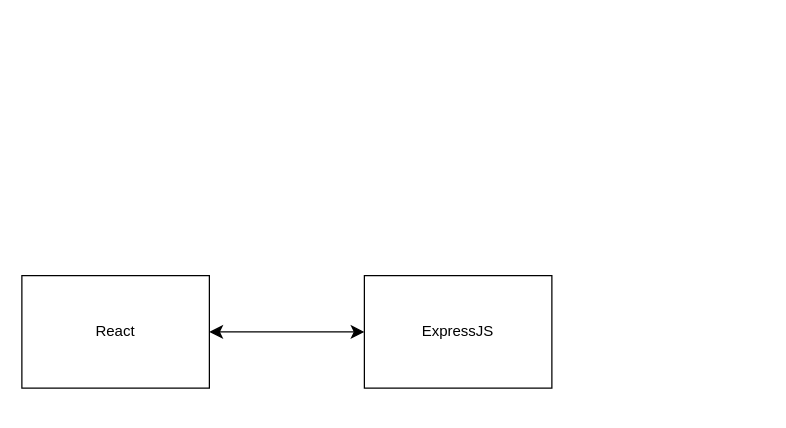
Above: Application-architecture.drawio in andrewchng/chat-app-e2e (draw.io), before the change. Source tidied: cells renumbered, new cells numbered last; positions are measured from the earlier drawing's top-left corner, leaving out a move shared by most shapes. Both pictures are drawn from the tidied source at 125%, with x=0, y=0 at pixel (21, 275).
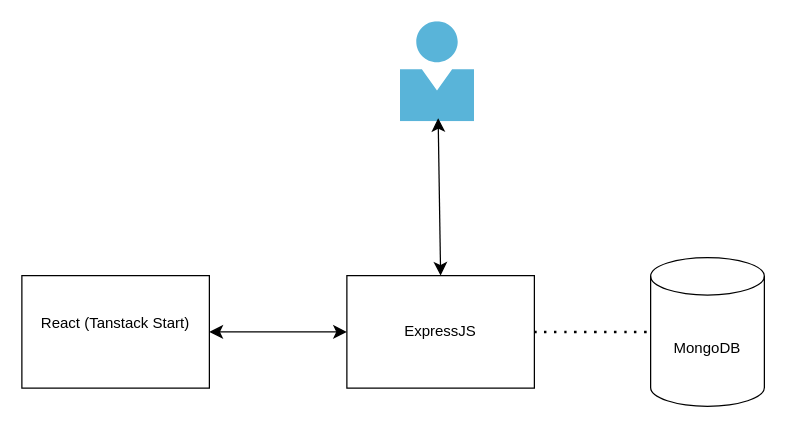
Above is the later version.

What changed in the source:
```diff
@@
 <mxGraphModel>
   <root>
     <mxCell id="0" />
     <mxCell id="1" parent="0" />
-    <mxCell id="2" value="React" style="rounded=0;whiteSpace=wrap;html=1;" parent="1" vertex="1">
+    <mxCell id="2" value="React (Tanstack Start)&lt;div&gt;&lt;br&gt;&lt;/div&gt;" style="rounded=0;whiteSpace=wrap;html=1;" parent="1" vertex="1">
       <mxGeometry width="150" height="90" as="geometry" />
     </mxCell>
     <mxCell id="3" value="ExpressJS" style="rounded=0;whiteSpace=wrap;html=1;" parent="1" vertex="1">
-      <mxGeometry x="274" width="150" height="90" as="geometry" />
+      <mxGeometry x="260" width="150" height="90" as="geometry" />
     </mxCell>
     <mxCell id="4" style="endArrow=classic;startArrow=classic;html=1;rounded=0;fontSize=12;startSize=8;endSize=8;curved=1;entryX=0;entryY=0.5;entryDx=0;entryDy=0;exitX=1;exitY=0.5;exitDx=0;exitDy=0;" parent="1" edge="1" source="2" target="3">
       <mxGeometry relative="1" as="geometry" />
     </mxCell>
+    <mxCell id="5" value="MongoDB" style="shape=cylinder3;whiteSpace=wrap;html=1;boundedLbl=1;backgroundOutline=1;size=15;" parent="1" vertex="1">
+      <mxGeometry x="503" y="-14.5" width="91" height="119" as="geometry" />
+    </mxCell>
+    <mxCell id="6" style="endArrow=none;dashed=1;html=1;dashPattern=1 3;strokeWidth=2;rounded=0;fontSize=12;startSize=8;endSize=8;curved=1;entryX=0;entryY=0.5;entryDx=0;entryDy=0;entryPerimeter=0;exitX=1;exitY=0.5;exitDx=0;exitDy=0;" parent="1" edge="1" source="3" target="5">
+      <mxGeometry relative="1" as="geometry" />
+    </mxCell>
+    <mxCell id="7" style="image;sketch=0;html=1;points=[];align=center;fontSize=12;image=img/lib/mscae/Person.svg;" parent="1" vertex="1">
+      <mxGeometry x="303" y="-203" width="59.2" height="80" as="geometry" />
+    </mxCell>
+    <mxCell id="8" style="endArrow=classic;startArrow=classic;html=1;rounded=0;fontSize=12;startSize=8;endSize=8;curved=1;exitX=0.507;exitY=0.963;exitDx=0;exitDy=0;exitPerimeter=0;entryX=0.5;entryY=0;entryDx=0;entryDy=0;" parent="1" edge="1" source="7" target="3">
+      <mxGeometry relative="1" as="geometry" />
+    </mxCell>
   </root>
 </mxGraphModel>
```
